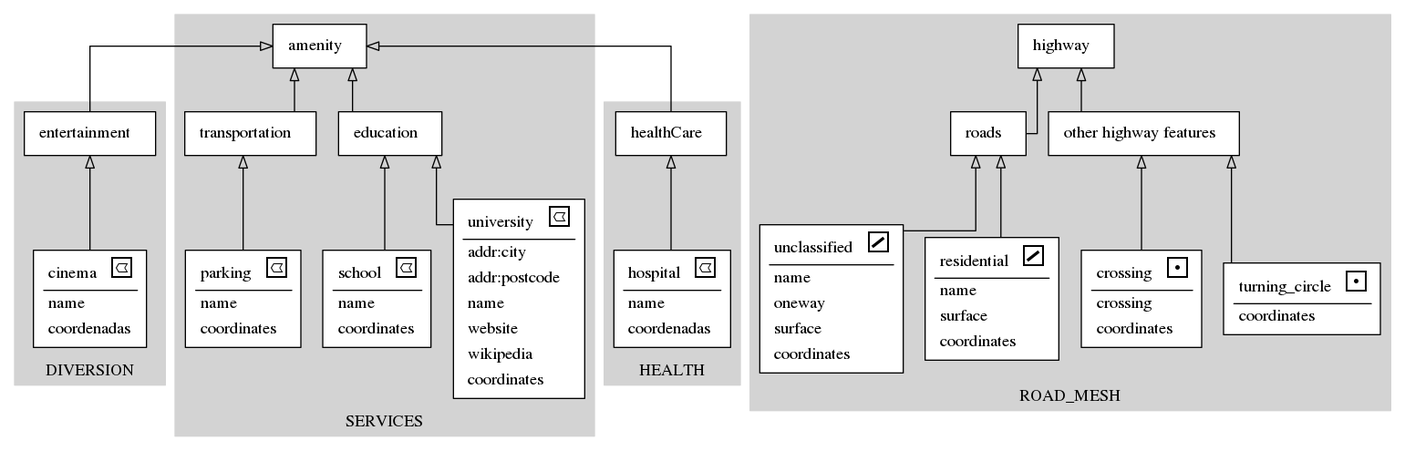
The Graphviz diagram schema.gv.png in vinisperandio/OSM2Diagram_optmizated, before a commit. Its source is kept beside it as schema.gv.
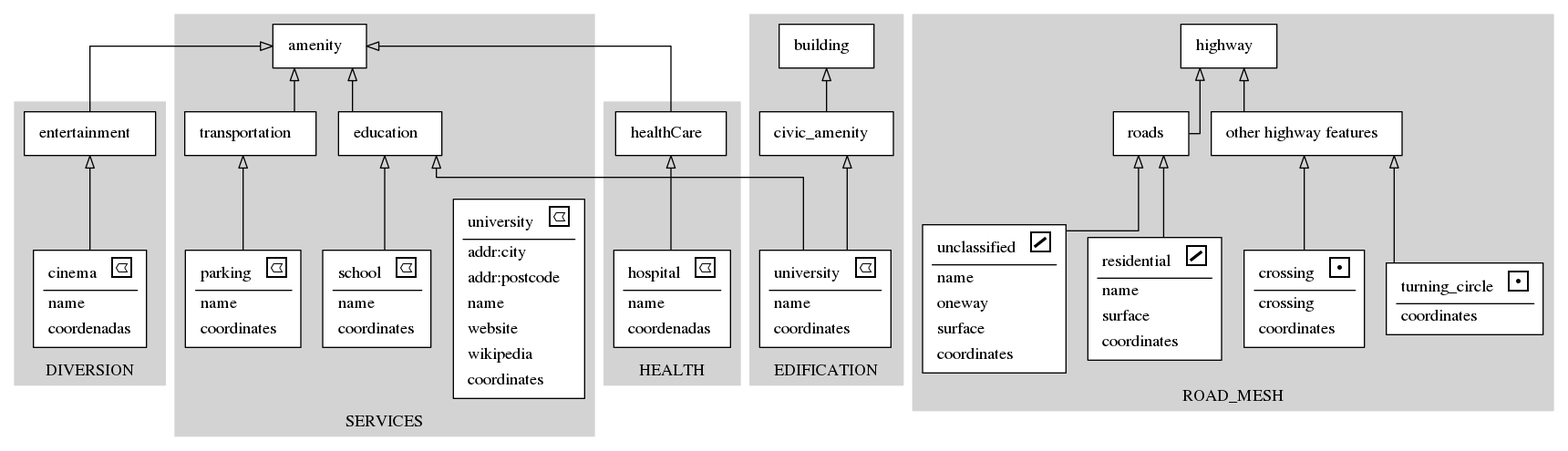
The same diagram one commit later.

Commit message:
classes with iqual name

Change to the diagram source:
```diff
@@ -212,9 +212,41 @@
 			</TR>
 			</TABLE>>]
 	}
+	subgraph cluster_EDIFICATION {
+		node [color=black style=filled]
+		color=lightgrey style=filled
+		label=EDIFICATION
+		17[style = "filled, bold" penwidth = "1" fillcolor="white" label=<
+			<TABLE color="black" border="0">
+			 <TR>
+				<TD align="center"><font color="black">university</font>
+				<font FACE="sigmoda" POINT-SIZE="20.0"> e</font></TD>
+			</TR>
+			<hr/>
+			<TR>
+				<TD align="left">name</TD>
+			 </TR>
+			<TR>
+				<TD align="left">coordinates</TD>
+			 </TR>
+			</TABLE>>]
+		18[style = "filled, bold" penwidth = "1" fillcolor="white" label=<
+			<TABLE color="black" border="0">
+			 <TR>
+				<TD align="center"><font color="black">building</font>  </TD>
+			</TR>
+			</TABLE>>]
+		19[style = "filled, bold" penwidth = "1" fillcolor="white" label=<
+			<TABLE color="black" border="0">
+			 <TR>
+				<TD align="center"><font color="black">civic_amenity</font>  </TD>
+			</TR>
+			</TABLE>>]
+	}
 		0 -> 1[arrowhead=onormal]
 		1 -> 3[arrowhead=onormal]
-		2 -> 6[arrowhead=onormal]
+		17 -> 6[arrowhead=onormal]
+		17 -> 19[arrowhead=onormal]
 		4 -> 6[arrowhead=onormal]
 		5 -> 7[arrowhead=onormal]
 		6 -> 3[arrowhead=onormal]
@@ -227,6 +259,7 @@
 		14 -> 16[arrowhead=onormal]
 		15 -> 11[arrowhead=onormal]
 		16 -> 11[arrowhead=onormal]
+		19 -> 18[arrowhead=onormal]
 	rankdir=BT
 	splines=ortho
 }
```
